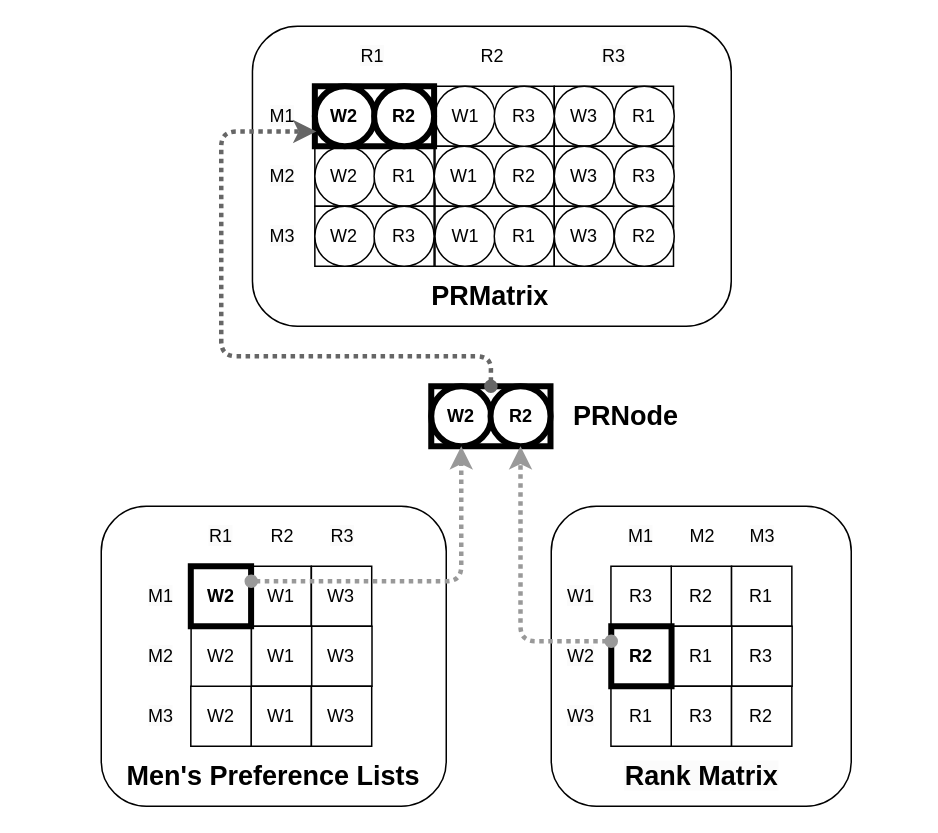
The draw.io diagram newPRMatrix.drawio in victorliu-sq/BambooSMP-Figures, before the edit. Source tidied: cells renumbered, new cells numbered last; positions are measured from the earlier drawing's top-left corner, leaving out a move shared by most shapes. Both pictures are drawn from the tidied source at 150%, with x=0, y=0 at pixel (100, 26).
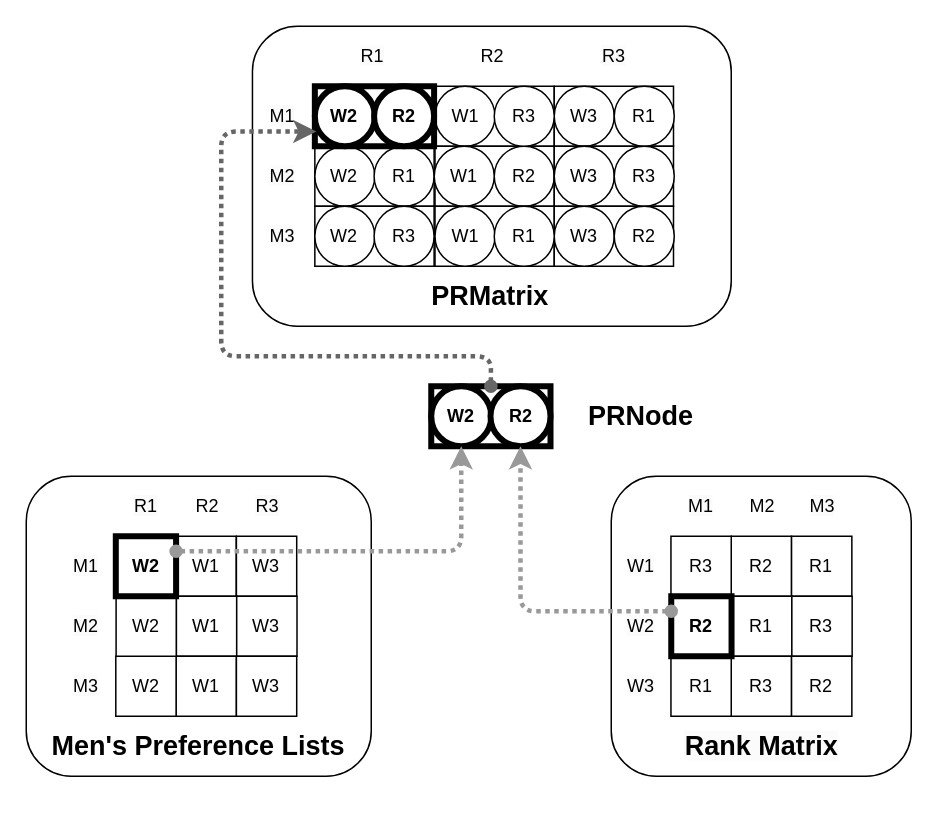
After the change.

Unchanged cells that the change refers to:
```xml
<mxCell id="38" value="&lt;b&gt;W2&lt;/b&gt;" style="ellipse;whiteSpace=wrap;html=1;strokeWidth=4;" parent="1" vertex="1">
  <mxGeometry x="220" y="240" width="40" height="40" as="geometry" />
</mxCell>
<mxCell id="39" value="&lt;b&gt;R2&lt;/b&gt;" style="ellipse;whiteSpace=wrap;html=1;strokeWidth=4;" parent="1" vertex="1">
  <mxGeometry x="259.5" y="240" width="40" height="40" as="geometry" />
</mxCell>
```

The edit, as a diff of the source:
```diff
@@
     <mxCell id="2" style="rounded=1;whiteSpace=wrap;html=1;" parent="1" vertex="1">
-      <mxGeometry y="320" width="230" height="200" as="geometry" />
+      <mxGeometry x="-50" y="300" width="230" height="200" as="geometry" />
     </mxCell>
     <mxCell id="3" style="rounded=1;whiteSpace=wrap;html=1;" parent="1" vertex="1">
-      <mxGeometry x="300" y="320" width="200" height="200" as="geometry" />
+      <mxGeometry x="340" y="300" width="200" height="200" as="geometry" />
     </mxCell>
@@
     <mxCell id="5" value="R2" style="rounded=0;whiteSpace=wrap;html=1;" parent="1" vertex="1">
-      <mxGeometry x="380" y="360" width="40.2" height="40" as="geometry" />
+      <mxGeometry x="420" y="340" width="40.2" height="40" as="geometry" />
     </mxCell>
     <mxCell id="6" value="R1" style="rounded=0;whiteSpace=wrap;html=1;" parent="1" vertex="1">
-      <mxGeometry x="420.2" y="360" width="40.2" height="40" as="geometry" />
+      <mxGeometry x="460.2" y="340" width="40.2" height="40" as="geometry" />
     </mxCell>
     <mxCell id="7" value="R1" style="rounded=0;whiteSpace=wrap;html=1;" parent="1" vertex="1">
-      <mxGeometry x="380.2" y="400" width="40.2" height="40" as="geometry" />
+      <mxGeometry x="420.2" y="380" width="40.2" height="40" as="geometry" />
     </mxCell>
     <mxCell id="8" value="R3" style="rounded=0;whiteSpace=wrap;html=1;" parent="1" vertex="1">
-      <mxGeometry x="420.4" y="400" width="40.2" height="40" as="geometry" />
+      <mxGeometry x="460.4" y="380" width="40.2" height="40" as="geometry" />
     </mxCell>
     <mxCell id="9" value="R3" style="rounded=0;whiteSpace=wrap;html=1;" parent="1" vertex="1">
-      <mxGeometry x="380" y="440" width="40.2" height="40" as="geometry" />
+      <mxGeometry x="420" y="420" width="40.2" height="40" as="geometry" />
     </mxCell>
     <mxCell id="10" value="R2" style="rounded=0;whiteSpace=wrap;html=1;" parent="1" vertex="1">
-      <mxGeometry x="420.2" y="440" width="40.2" height="40" as="geometry" />
+      <mxGeometry x="460.2" y="420" width="40.2" height="40" as="geometry" />
     </mxCell>
     <mxCell id="11" value="R1" style="rounded=0;whiteSpace=wrap;html=1;strokeWidth=1;" parent="1" vertex="1">
-      <mxGeometry x="339.8" y="440" width="40.2" height="40" as="geometry" />
+      <mxGeometry x="379.8" y="420" width="40.2" height="40" as="geometry" />
     </mxCell>
     <mxCell id="12" value="R3" style="rounded=0;whiteSpace=wrap;html=1;strokeWidth=1;" parent="1" vertex="1">
-      <mxGeometry x="339.8" y="360" width="40.2" height="40" as="geometry" />
+      <mxGeometry x="379.8" y="340" width="40.2" height="40" as="geometry" />
     </mxCell>
     <mxCell id="13" value="&lt;span style=&quot;color: rgb(0, 0, 0); font-family: Helvetica; font-size: 18px; font-style: normal; font-variant-ligatures: normal; font-variant-caps: normal; font-weight: 700; letter-spacing: normal; orphans: 2; text-indent: 0px; text-transform: none; widows: 2; word-spacing: 0px; -webkit-text-stroke-width: 0px; white-space: nowrap; background-color: rgb(251, 251, 251); text-decoration-thickness: initial; text-decoration-style: initial; text-decoration-color: initial; float: none; display: inline !important;&quot;&gt;Rank Matrix&lt;/span&gt;" style="text;whiteSpace=wrap;html=1;align=center;strokeColor=none;verticalAlign=middle;strokeWidth=0;" parent="1" vertex="1">
-      <mxGeometry x="360.5" y="490" width="79.2" height="20" as="geometry" />
+      <mxGeometry x="400.5" y="470" width="79.2" height="20" as="geometry" />
     </mxCell>
     <mxCell id="14" value="&lt;span style=&quot;color: rgb(0, 0, 0); font-family: Helvetica; font-size: 12px; font-style: normal; font-variant-ligatures: normal; font-variant-caps: normal; font-weight: 400; letter-spacing: normal; orphans: 2; text-indent: 0px; text-transform: none; widows: 2; word-spacing: 0px; -webkit-text-stroke-width: 0px; white-space: normal; background-color: rgb(251, 251, 251); text-decoration-thickness: initial; text-decoration-style: initial; text-decoration-color: initial; float: none; display: inline !important;&quot;&gt;W1&lt;/span&gt;" style="text;whiteSpace=wrap;html=1;align=center;verticalAlign=middle;" parent="1" vertex="1">
-      <mxGeometry x="300" y="360" width="40" height="40" as="geometry" />
+      <mxGeometry x="340" y="340" width="40" height="40" as="geometry" />
     </mxCell>
     <mxCell id="15" value="&lt;span style=&quot;color: rgb(0, 0, 0); font-family: Helvetica; font-size: 12px; font-style: normal; font-variant-ligatures: normal; font-variant-caps: normal; font-weight: 400; letter-spacing: normal; orphans: 2; text-indent: 0px; text-transform: none; widows: 2; word-spacing: 0px; -webkit-text-stroke-width: 0px; white-space: normal; background-color: rgb(251, 251, 251); text-decoration-thickness: initial; text-decoration-style: initial; text-decoration-color: initial; float: none; display: inline !important;&quot;&gt;W2&lt;/span&gt;" style="text;whiteSpace=wrap;html=1;align=center;verticalAlign=middle;" parent="1" vertex="1">
-      <mxGeometry x="300" y="400" width="40" height="40" as="geometry" />
+      <mxGeometry x="340" y="380" width="40" height="40" as="geometry" />
     </mxCell>
     <mxCell id="16" value="&lt;span style=&quot;color: rgb(0, 0, 0); font-family: Helvetica; font-size: 12px; font-style: normal; font-variant-ligatures: normal; font-variant-caps: normal; font-weight: 400; letter-spacing: normal; orphans: 2; text-indent: 0px; text-transform: none; widows: 2; word-spacing: 0px; -webkit-text-stroke-width: 0px; white-space: normal; background-color: rgb(251, 251, 251); text-decoration-thickness: initial; text-decoration-style: initial; text-decoration-color: initial; float: none; display: inline !important;&quot;&gt;W3&lt;/span&gt;" style="text;whiteSpace=wrap;html=1;align=center;verticalAlign=middle;" parent="1" vertex="1">
-      <mxGeometry x="300" y="440" width="40" height="40" as="geometry" />
+      <mxGeometry x="340" y="420" width="40" height="40" as="geometry" />
     </mxCell>
     <mxCell id="17" value="&lt;span style=&quot;color: rgb(0, 0, 0); font-family: Helvetica; font-size: 12px; font-style: normal; font-variant-ligatures: normal; font-variant-caps: normal; font-weight: 400; letter-spacing: normal; orphans: 2; text-indent: 0px; text-transform: none; widows: 2; word-spacing: 0px; -webkit-text-stroke-width: 0px; white-space: normal; background-color: rgb(251, 251, 251); text-decoration-thickness: initial; text-decoration-style: initial; text-decoration-color: initial; float: none; display: inline !important;&quot;&gt;M1&lt;/span&gt;" style="text;whiteSpace=wrap;html=1;align=center;verticalAlign=middle;" parent="1" vertex="1">
-      <mxGeometry x="340.2" y="320" width="40" height="40" as="geometry" />
+      <mxGeometry x="380.2" y="300" width="40" height="40" as="geometry" />
     </mxCell>
     <mxCell id="18" value="M2" style="text;whiteSpace=wrap;html=1;align=center;verticalAlign=middle;" parent="1" vertex="1">
-      <mxGeometry x="380.8" y="320" width="40" height="40" as="geometry" />
+      <mxGeometry x="420.8" y="300" width="40" height="40" as="geometry" />
     </mxCell>
     <mxCell id="19" value="&lt;span style=&quot;color: rgb(0, 0, 0); font-family: Helvetica; font-size: 12px; font-style: normal; font-variant-ligatures: normal; font-variant-caps: normal; font-weight: 400; letter-spacing: normal; orphans: 2; text-indent: 0px; text-transform: none; widows: 2; word-spacing: 0px; -webkit-text-stroke-width: 0px; white-space: normal; background-color: rgb(251, 251, 251); text-decoration-thickness: initial; text-decoration-style: initial; text-decoration-color: initial; float: none; display: inline !important;&quot;&gt;M3&lt;/span&gt;" style="text;whiteSpace=wrap;html=1;align=center;verticalAlign=middle;" parent="1" vertex="1">
-      <mxGeometry x="420.6" y="320" width="40" height="40" as="geometry" />
+      <mxGeometry x="460.6" y="300" width="40" height="40" as="geometry" />
     </mxCell>
     <mxCell id="20" value="&lt;b&gt;R2&lt;/b&gt;" style="rounded=0;whiteSpace=wrap;html=1;strokeWidth=4;" parent="1" vertex="1">
-      <mxGeometry x="340" y="400" width="40.2" height="40" as="geometry" />
+      <mxGeometry x="380" y="380" width="40.2" height="40" as="geometry" />
     </mxCell>
     <mxCell id="21" value="W1" style="rounded=0;whiteSpace=wrap;html=1;" parent="1" vertex="1">
-      <mxGeometry x="99.9" y="360" width="40.1" height="40" as="geometry" />
+      <mxGeometry x="49.9" y="340" width="40.1" height="40" as="geometry" />
     </mxCell>
     <mxCell id="22" value="W3" style="rounded=0;whiteSpace=wrap;html=1;" parent="1" vertex="1">
-      <mxGeometry x="140.1" y="360" width="40.2" height="40" as="geometry" />
+      <mxGeometry x="90.1" y="340" width="40.2" height="40" as="geometry" />
     </mxCell>
     <mxCell id="23" value="W1" style="rounded=0;whiteSpace=wrap;html=1;" parent="1" vertex="1">
-      <mxGeometry x="100.1" y="400" width="40.2" height="40" as="geometry" />
+      <mxGeometry x="50.1" y="380" width="40.2" height="40" as="geometry" />
     </mxCell>
     <mxCell id="24" value="W3" style="rounded=0;whiteSpace=wrap;html=1;" parent="1" vertex="1">
-      <mxGeometry x="140.3" y="400" width="40.2" height="40" as="geometry" />
+      <mxGeometry x="90.3" y="380" width="40.2" height="40" as="geometry" />
     </mxCell>
     <mxCell id="25" value="W1" style="rounded=0;whiteSpace=wrap;html=1;" parent="1" vertex="1">
-      <mxGeometry x="99.9" y="440" width="40.2" height="40" as="geometry" />
+      <mxGeometry x="49.9" y="420" width="40.2" height="40" as="geometry" />
     </mxCell>
     <mxCell id="26" value="W3" style="rounded=0;whiteSpace=wrap;html=1;" parent="1" vertex="1">
-      <mxGeometry x="140.1" y="440" width="40.2" height="40" as="geometry" />
+      <mxGeometry x="90.1" y="420" width="40.2" height="40" as="geometry" />
     </mxCell>
     <mxCell id="27" value="W2" style="rounded=0;whiteSpace=wrap;html=1;strokeWidth=1;" parent="1" vertex="1">
-      <mxGeometry x="59.7" y="440" width="40.2" height="40" as="geometry" />
+      <mxGeometry x="9.7" y="420" width="40.2" height="40" as="geometry" />
     </mxCell>
     <mxCell id="28" value="&lt;span style=&quot;font-size: 18px; text-wrap: nowrap;&quot;&gt;&lt;b&gt;Men's Preference Lists&lt;/b&gt;&lt;/span&gt;" style="text;whiteSpace=wrap;html=1;align=center;strokeColor=none;verticalAlign=middle;strokeWidth=0;" parent="1" vertex="1">
-      <mxGeometry x="15" y="490" width="200.1" height="20" as="geometry" />
+      <mxGeometry x="-35" y="470" width="200.1" height="20" as="geometry" />
     </mxCell>
     <mxCell id="29" value="&lt;span style=&quot;color: rgb(0, 0, 0); font-family: Helvetica; font-size: 12px; font-style: normal; font-variant-ligatures: normal; font-variant-caps: normal; font-weight: 400; letter-spacing: normal; orphans: 2; text-indent: 0px; text-transform: none; widows: 2; word-spacing: 0px; -webkit-text-stroke-width: 0px; white-space: normal; background-color: rgb(251, 251, 251); text-decoration-thickness: initial; text-decoration-style: initial; text-decoration-color: initial; float: none; display: inline !important;&quot;&gt;M1&lt;/span&gt;" style="text;whiteSpace=wrap;html=1;align=center;verticalAlign=middle;" parent="1" vertex="1">
-      <mxGeometry x="19.9" y="360" width="40" height="40" as="geometry" />
+      <mxGeometry x="-30.1" y="340" width="40" height="40" as="geometry" />
     </mxCell>
     <mxCell id="30" value="&lt;span style=&quot;color: rgb(0, 0, 0); font-family: Helvetica; font-size: 12px; font-style: normal; font-variant-ligatures: normal; font-variant-caps: normal; font-weight: 400; letter-spacing: normal; orphans: 2; text-indent: 0px; text-transform: none; widows: 2; word-spacing: 0px; -webkit-text-stroke-width: 0px; white-space: normal; background-color: rgb(251, 251, 251); text-decoration-thickness: initial; text-decoration-style: initial; text-decoration-color: initial; float: none; display: inline !important;&quot;&gt;M2&lt;/span&gt;" style="text;whiteSpace=wrap;html=1;align=center;verticalAlign=middle;" parent="1" vertex="1">
-      <mxGeometry x="19.9" y="400" width="40" height="40" as="geometry" />
+      <mxGeometry x="-30.1" y="380" width="40" height="40" as="geometry" />
     </mxCell>
     <mxCell id="31" value="&lt;span style=&quot;color: rgb(0, 0, 0); font-family: Helvetica; font-size: 12px; font-style: normal; font-variant-ligatures: normal; font-variant-caps: normal; font-weight: 400; letter-spacing: normal; orphans: 2; text-indent: 0px; text-transform: none; widows: 2; word-spacing: 0px; -webkit-text-stroke-width: 0px; white-space: normal; background-color: rgb(251, 251, 251); text-decoration-thickness: initial; text-decoration-style: initial; text-decoration-color: initial; float: none; display: inline !important;&quot;&gt;M3&lt;/span&gt;" style="text;whiteSpace=wrap;html=1;align=center;verticalAlign=middle;" parent="1" vertex="1">
-      <mxGeometry x="19.9" y="440" width="40" height="40" as="geometry" />
+      <mxGeometry x="-30.1" y="420" width="40" height="40" as="geometry" />
     </mxCell>
     <mxCell id="32" value="&lt;span style=&quot;color: rgb(0, 0, 0); font-family: Helvetica; font-size: 12px; font-style: normal; font-variant-ligatures: normal; font-variant-caps: normal; font-weight: 400; letter-spacing: normal; orphans: 2; text-indent: 0px; text-transform: none; widows: 2; word-spacing: 0px; -webkit-text-stroke-width: 0px; white-space: normal; background-color: rgb(251, 251, 251); text-decoration-thickness: initial; text-decoration-style: initial; text-decoration-color: initial; float: none; display: inline !important;&quot;&gt;R1&lt;/span&gt;" style="text;whiteSpace=wrap;html=1;align=center;verticalAlign=middle;" parent="1" vertex="1">
-      <mxGeometry x="60.1" y="320" width="40" height="40" as="geometry" />
+      <mxGeometry x="10.1" y="300" width="40" height="40" as="geometry" />
     </mxCell>
     <mxCell id="33" value="R2" style="text;whiteSpace=wrap;html=1;align=center;verticalAlign=middle;" parent="1" vertex="1">
-      <mxGeometry x="100.7" y="320" width="40" height="40" as="geometry" />
+      <mxGeometry x="50.7" y="300" width="40" height="40" as="geometry" />
     </mxCell>
     <mxCell id="34" value="&lt;span style=&quot;color: rgb(0, 0, 0); font-family: Helvetica; font-size: 12px; font-style: normal; font-variant-ligatures: normal; font-variant-caps: normal; font-weight: 400; letter-spacing: normal; orphans: 2; text-indent: 0px; text-transform: none; widows: 2; word-spacing: 0px; -webkit-text-stroke-width: 0px; white-space: normal; background-color: rgb(251, 251, 251); text-decoration-thickness: initial; text-decoration-style: initial; text-decoration-color: initial; float: none; display: inline !important;&quot;&gt;R3&lt;/span&gt;" style="text;whiteSpace=wrap;html=1;align=center;verticalAlign=middle;" parent="1" vertex="1">
-      <mxGeometry x="140.5" y="320" width="40" height="40" as="geometry" />
+      <mxGeometry x="90.5" y="300" width="40" height="40" as="geometry" />
     </mxCell>
     <mxCell id="35" value="W2" style="rounded=0;whiteSpace=wrap;html=1;strokeWidth=1;" parent="1" vertex="1">
-      <mxGeometry x="59.9" y="400" width="40.1" height="40" as="geometry" />
+      <mxGeometry x="9.9" y="380" width="40.1" height="40" as="geometry" />
     </mxCell>
@@
     <mxCell id="37" value="&lt;b&gt;W2&lt;/b&gt;" style="rounded=0;whiteSpace=wrap;html=1;strokeWidth=4;" parent="1" vertex="1">
-      <mxGeometry x="59.7" y="360" width="40.2" height="40" as="geometry" />
+      <mxGeometry x="9.7" y="340" width="40.2" height="40" as="geometry" />
     </mxCell>
@@
     <mxCell id="56" value="&lt;span style=&quot;font-size: 18px; text-wrap: nowrap;&quot;&gt;&lt;b&gt;PRNode&lt;/b&gt;&lt;/span&gt;" style="text;whiteSpace=wrap;html=1;align=center;strokeColor=none;verticalAlign=middle;strokeWidth=0;" parent="1" vertex="1">
-      <mxGeometry x="309.5" y="235" width="80" height="50" as="geometry" />
+      <mxGeometry x="339.8" y="240" width="40" height="40" as="geometry" />
     </mxCell>
@@
     <mxCell id="75" style="edgeStyle=orthogonalEdgeStyle;rounded=1;jettySize=auto;html=1;entryX=0.5;entryY=1;entryDx=0;entryDy=0;strokeWidth=3;strokeColor=#999999;dashed=1;endArrow=classic;endFill=1;curved=0;startArrow=oval;startFill=1;dashPattern=1 1;exitX=0;exitY=0.25;exitDx=0;exitDy=0;" parent="1" edge="1" source="20" target="39">
       <mxGeometry relative="1" as="geometry">
         <Array as="points">
-          <mxPoint x="280" y="410" />
+          <mxPoint x="280" y="390" />
         </Array>
       </mxGeometry>
     </mxCell>
-    <mxCell id="76" style="edgeStyle=orthogonalEdgeStyle;rounded=1;jettySize=auto;html=1;strokeWidth=3;strokeColor=#999999;dashed=1;endArrow=classic;endFill=1;curved=0;startArrow=oval;startFill=1;dashPattern=1 1;" parent="1" edge="1" target="38">
+    <mxCell id="76" style="edgeStyle=orthogonalEdgeStyle;rounded=1;jettySize=auto;html=1;strokeWidth=3;strokeColor=#999999;dashed=1;endArrow=classic;endFill=1;curved=0;startArrow=oval;startFill=1;dashPattern=1 1;exitX=0;exitY=0.25;exitDx=0;exitDy=0;" parent="1" edge="1" source="21" target="38">
       <mxGeometry relative="1" as="geometry">
-        <mxPoint x="100" y="370" as="sourcePoint" />
         <Array as="points">
-          <mxPoint x="240" y="370" />
+          <mxPoint x="240" y="350" />
         </Array>
       </mxGeometry>
     </mxCell>
```
